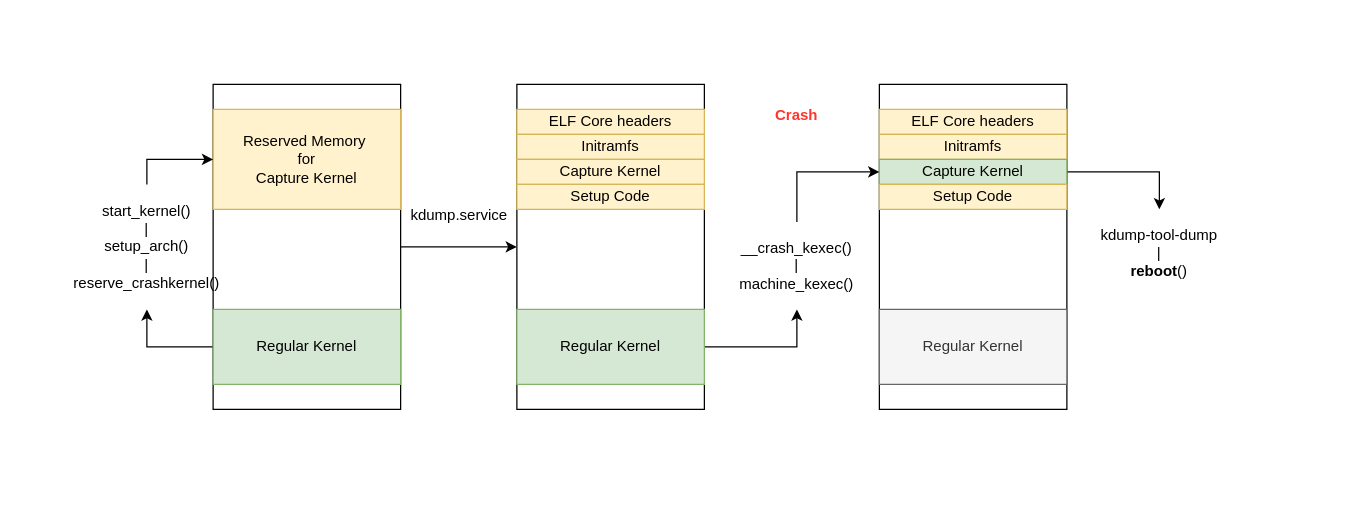
The draw.io diagram kdump.drawio in wbzzx-bb/wb-linux, before the edit. Source tidied: cells renumbered, new cells numbered last; positions are measured from the earlier drawing's top-left corner, leaving out a move shared by most shapes. Both pictures are drawn from the tidied source at 125%, with x=0, y=0 at pixel (21, 84).
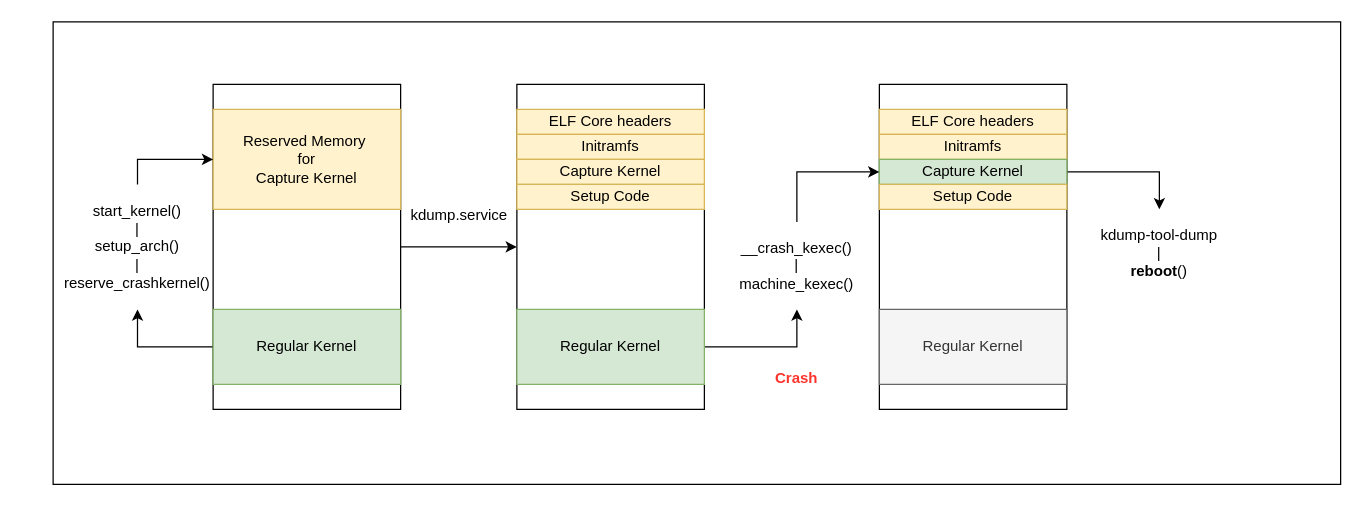
The same diagram, later.

Diff of the diagram source:
```diff
@@
+    <mxCell id="28" style="rounded=0;whiteSpace=wrap;html=1;" parent="1" vertex="1">
+      <mxGeometry x="25" y="-50" width="1030" height="370" as="geometry" />
+    </mxCell>
@@
     <mxCell id="8" value="start_kernel()&lt;div&gt;|&lt;/div&gt;&lt;div&gt;setup_arch()&lt;/div&gt;&lt;div&gt;|&lt;/div&gt;&lt;div&gt;reserve_crashkernel()&lt;/div&gt;" style="text;html=1;align=center;verticalAlign=middle;whiteSpace=wrap;rounded=0;" parent="1" vertex="1">
-      <mxGeometry y="80" width="200" height="100" as="geometry" />
+      <mxGeometry y="80" width="185" height="100" as="geometry" />
     </mxCell>
@@
     <mxCell id="25" value="&lt;font style=&quot;color: rgb(255, 52, 45);&quot;&gt;&lt;b&gt;Crash&lt;/b&gt;&lt;/font&gt;" style="text;html=1;align=center;verticalAlign=middle;whiteSpace=wrap;rounded=0;" parent="1" vertex="1">
-      <mxGeometry x="590" y="10" width="60" height="30" as="geometry" />
+      <mxGeometry x="590" y="220" width="60" height="30" as="geometry" />
     </mxCell>
```
